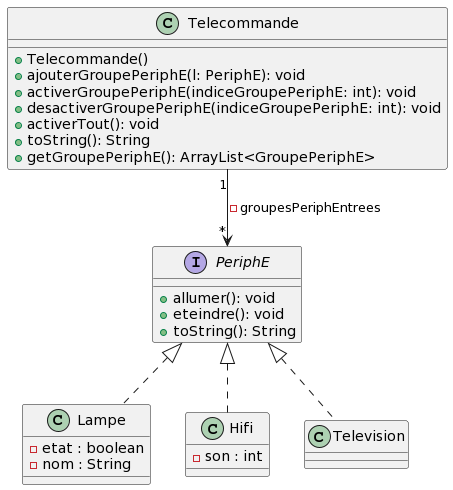
The PlantUML diagram plantUml31.png in clem-png/TD06, before a commit. Its diagram source:
```plantuml
@startuml
class Telecommande {

    + Telecommande()
    + ajouterGroupePeriphE(l: PeriphE): void
    + activerGroupePeriphE(indiceGroupePeriphE: int): void
    + desactiverGroupePeriphE(indiceGroupePeriphE: int): void
    + activerTout(): void
    + toString(): String
    + getGroupePeriphE(): ArrayList<GroupePeriphE>
}


class Lampe {
    -etat : boolean
    -nom : String

}
class Hifi {
    -son : int


}

class Television {

}

interface PeriphE{
    + allumer(): void
    + eteindre(): void
    + toString(): String
}
Telecommande "1" --> "*" PeriphE : - groupesPeriphEntrees

PeriphE <|.. Lampe
PeriphE <|.. Hifi
PeriphE <|.. Television
@enduml
```
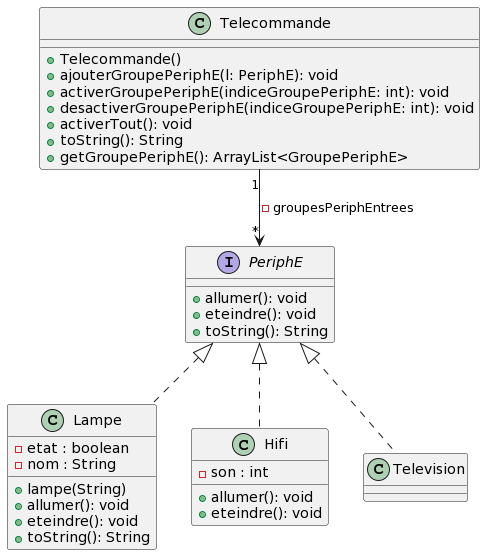
After the commit.

The edit, as a diff of the source:
```diff
@@ -14,11 +14,16 @@
 class Lampe {
     -etat : boolean
     -nom : String
+    + lampe(String)
+    + allumer(): void
+    + eteindre(): void
+    + toString(): String
 
 }
 class Hifi {
     -son : int
-
+    + allumer(): void
+    + eteindre(): void
 
 }
 
```
